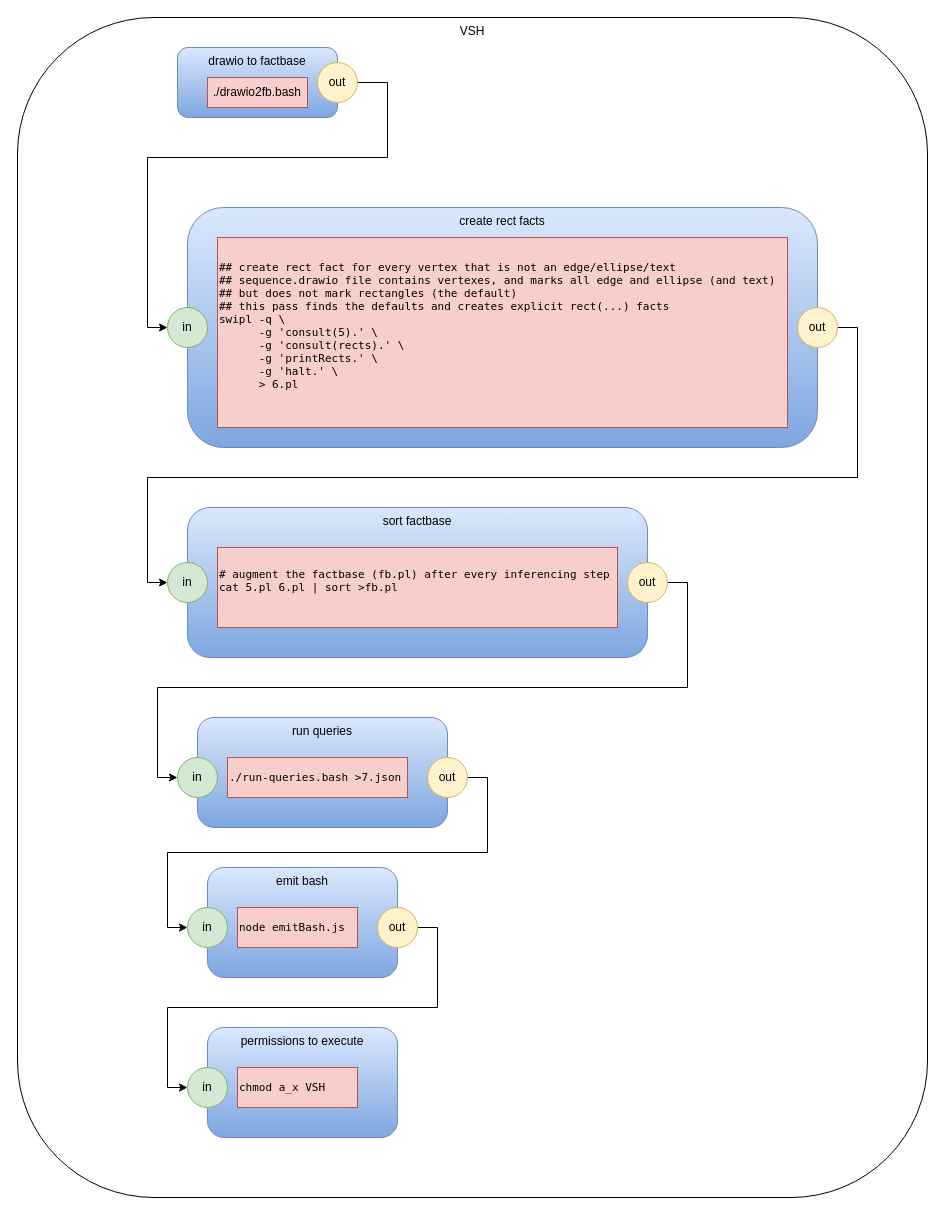
The draw.io diagram vsh.drawio in guitarvydas/vsh, before the edit. Source tidied: cells renumbered, new cells numbered last; positions are measured from the earlier drawing's top-left corner, leaving out a move shared by most shapes. Both pictures are drawn from the tidied source at 100%, with x=0, y=0 at pixel (17, 17).
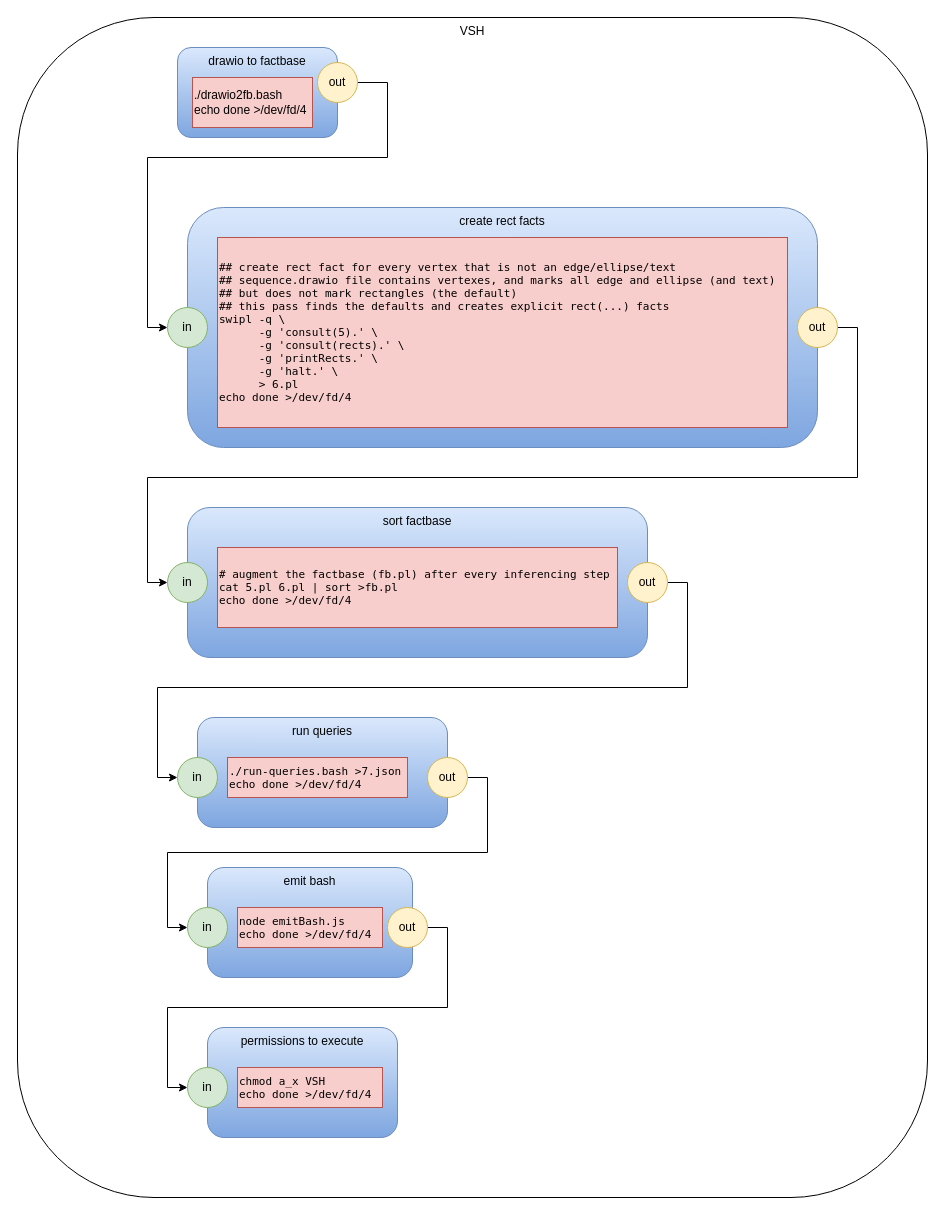
The same page after the edit.

Diff of the diagram source:
```diff
@@
     <mxCell id="3" value="drawio to factbase" style="rounded=1;whiteSpace=wrap;html=1;gradientColor=#7ea6e0;fillColor=#dae8fc;strokeColor=#6c8ebf;verticalAlign=top;" parent="1" vertex="1">
-      <mxGeometry x="160" y="30" width="160" height="70" as="geometry" />
+      <mxGeometry x="160" y="30" width="160" height="90" as="geometry" />
     </mxCell>
-    <mxCell id="4" value="./drawio2fb.bash" style="rounded=0;whiteSpace=wrap;html=1;fillColor=#f8cecc;strokeColor=#b85450;" parent="1" vertex="1">
-      <mxGeometry x="190" y="60" width="100" height="30" as="geometry" />
+    <mxCell id="4" value="./drawio2fb.bash&lt;br&gt;echo done &amp;gt;/dev/fd/4" style="rounded=0;whiteSpace=wrap;html=1;fillColor=#f8cecc;strokeColor=#b85450;align=left;" parent="1" vertex="1">
+      <mxGeometry x="175" y="60" width="120" height="50" as="geometry" />
     </mxCell>
@@
-    <mxCell id="11" value="&lt;p class=&quot;p1&quot; style=&quot;margin: 0px ; font-stretch: normal ; font-size: 11px ; line-height: normal ; font-family: &amp;quot;menlo&amp;quot;&quot;&gt;&lt;span class=&quot;s1&quot;&gt;## create rect fact for every vertex that is not an edge/ellipse/text&lt;/span&gt;&lt;/p&gt;&lt;p class=&quot;p1&quot; style=&quot;margin: 0px ; font-stretch: normal ; font-size: 11px ; line-height: normal ; font-family: &amp;quot;menlo&amp;quot;&quot;&gt;&lt;span class=&quot;s1&quot;&gt;## sequence.drawio file contains vertexes, and marks all edge and ellipse (and text)&lt;/span&gt;&lt;/p&gt;&lt;p class=&quot;p1&quot; style=&quot;margin: 0px ; font-stretch: normal ; font-size: 11px ; line-height: normal ; font-family: &amp;quot;menlo&amp;quot;&quot;&gt;&lt;span class=&quot;s1&quot;&gt;## but does not mark rectangles (the default)&lt;/span&gt;&lt;/p&gt;&lt;p class=&quot;p1&quot; style=&quot;margin: 0px ; font-stretch: normal ; font-size: 11px ; line-height: normal ; font-family: &amp;quot;menlo&amp;quot;&quot;&gt;&lt;span class=&quot;s1&quot;&gt;## this pass finds the defaults and creates explicit rect(...) facts&lt;/span&gt;&lt;/p&gt;&lt;p class=&quot;p1&quot; style=&quot;margin: 0px ; font-stretch: normal ; font-size: 11px ; line-height: normal ; font-family: &amp;quot;menlo&amp;quot;&quot;&gt;&lt;span class=&quot;s1&quot;&gt;swipl -q \&lt;/span&gt;&lt;/p&gt;&lt;p class=&quot;p1&quot; style=&quot;margin: 0px ; font-stretch: normal ; font-size: 11px ; line-height: normal ; font-family: &amp;quot;menlo&amp;quot;&quot;&gt;&lt;span class=&quot;s1&quot;&gt;&lt;span class=&quot;Apple-converted-space&quot;&gt;&amp;nbsp; &amp;nbsp; &amp;nbsp; &lt;/span&gt;-g 'consult(5).' \&lt;/span&gt;&lt;/p&gt;&lt;p class=&quot;p1&quot; style=&quot;margin: 0px ; font-stretch: normal ; font-size: 11px ; line-height: normal ; font-family: &amp;quot;menlo&amp;quot;&quot;&gt;&lt;span class=&quot;s1&quot;&gt;&lt;span class=&quot;Apple-converted-space&quot;&gt;&amp;nbsp; &amp;nbsp; &amp;nbsp; &lt;/span&gt;-g 'consult(rects).' \&lt;/span&gt;&lt;/p&gt;&lt;p class=&quot;p1&quot; style=&quot;margin: 0px ; font-stretch: normal ; font-size: 11px ; line-height: normal ; font-family: &amp;quot;menlo&amp;quot;&quot;&gt;&lt;span class=&quot;s1&quot;&gt;&lt;span class=&quot;Apple-converted-space&quot;&gt;&amp;nbsp; &amp;nbsp; &amp;nbsp; &lt;/span&gt;-g 'printRects.' \&lt;/span&gt;&lt;/p&gt;&lt;p class=&quot;p1&quot; style=&quot;margin: 0px ; font-stretch: normal ; font-size: 11px ; line-height: normal ; font-family: &amp;quot;menlo&amp;quot;&quot;&gt;&lt;span class=&quot;s1&quot;&gt;&lt;span class=&quot;Apple-converted-space&quot;&gt;&amp;nbsp; &amp;nbsp; &amp;nbsp; &lt;/span&gt;-g 'halt.' \&lt;/span&gt;&lt;/p&gt;&lt;p class=&quot;p1&quot; style=&quot;margin: 0px ; font-stretch: normal ; font-size: 11px ; line-height: normal ; font-family: &amp;quot;menlo&amp;quot;&quot;&gt;&lt;span class=&quot;s1&quot;&gt;&lt;span class=&quot;Apple-converted-space&quot;&gt;&amp;nbsp; &amp;nbsp; &amp;nbsp; &lt;/span&gt;&amp;gt; 6.pl&lt;/span&gt;&lt;/p&gt;&lt;p class=&quot;p2&quot; style=&quot;margin: 0px ; font-stretch: normal ; font-size: 11px ; line-height: normal ; font-family: &amp;quot;menlo&amp;quot; ; min-height: 13px&quot;&gt;&lt;span class=&quot;s1&quot;&gt;&lt;/span&gt;&lt;br&gt;&lt;/p&gt;" style="rounded=0;whiteSpace=wrap;html=1;fillColor=#f8cecc;strokeColor=#b85450;align=left;" parent="1" vertex="1">
+    <mxCell id="11" value="&lt;p class=&quot;p1&quot; style=&quot;margin: 0px ; font-stretch: normal ; font-size: 11px ; line-height: normal ; font-family: &amp;#34;menlo&amp;#34;&quot;&gt;&lt;span class=&quot;s1&quot;&gt;## create rect fact for every vertex that is not an edge/ellipse/text&lt;/span&gt;&lt;/p&gt;&lt;p class=&quot;p1&quot; style=&quot;margin: 0px ; font-stretch: normal ; font-size: 11px ; line-height: normal ; font-family: &amp;#34;menlo&amp;#34;&quot;&gt;&lt;span class=&quot;s1&quot;&gt;## sequence.drawio file contains vertexes, and marks all edge and ellipse (and text)&lt;/span&gt;&lt;/p&gt;&lt;p class=&quot;p1&quot; style=&quot;margin: 0px ; font-stretch: normal ; font-size: 11px ; line-height: normal ; font-family: &amp;#34;menlo&amp;#34;&quot;&gt;&lt;span class=&quot;s1&quot;&gt;## but does not mark rectangles (the default)&lt;/span&gt;&lt;/p&gt;&lt;p class=&quot;p1&quot; style=&quot;margin: 0px ; font-stretch: normal ; font-size: 11px ; line-height: normal ; font-family: &amp;#34;menlo&amp;#34;&quot;&gt;&lt;span class=&quot;s1&quot;&gt;## this pass finds the defaults and creates explicit rect(...) facts&lt;/span&gt;&lt;/p&gt;&lt;p class=&quot;p1&quot; style=&quot;margin: 0px ; font-stretch: normal ; font-size: 11px ; line-height: normal ; font-family: &amp;#34;menlo&amp;#34;&quot;&gt;&lt;span class=&quot;s1&quot;&gt;swipl -q \&lt;/span&gt;&lt;/p&gt;&lt;p class=&quot;p1&quot; style=&quot;margin: 0px ; font-stretch: normal ; font-size: 11px ; line-height: normal ; font-family: &amp;#34;menlo&amp;#34;&quot;&gt;&lt;span class=&quot;s1&quot;&gt;&lt;span class=&quot;Apple-converted-space&quot;&gt;&amp;nbsp; &amp;nbsp; &amp;nbsp; &lt;/span&gt;-g 'consult(5).' \&lt;/span&gt;&lt;/p&gt;&lt;p class=&quot;p1&quot; style=&quot;margin: 0px ; font-stretch: normal ; font-size: 11px ; line-height: normal ; font-family: &amp;#34;menlo&amp;#34;&quot;&gt;&lt;span class=&quot;s1&quot;&gt;&lt;span class=&quot;Apple-converted-space&quot;&gt;&amp;nbsp; &amp;nbsp; &amp;nbsp; &lt;/span&gt;-g 'consult(rects).' \&lt;/span&gt;&lt;/p&gt;&lt;p class=&quot;p1&quot; style=&quot;margin: 0px ; font-stretch: normal ; font-size: 11px ; line-height: normal ; font-family: &amp;#34;menlo&amp;#34;&quot;&gt;&lt;span class=&quot;s1&quot;&gt;&lt;span class=&quot;Apple-converted-space&quot;&gt;&amp;nbsp; &amp;nbsp; &amp;nbsp; &lt;/span&gt;-g 'printRects.' \&lt;/span&gt;&lt;/p&gt;&lt;p class=&quot;p1&quot; style=&quot;margin: 0px ; font-stretch: normal ; font-size: 11px ; line-height: normal ; font-family: &amp;#34;menlo&amp;#34;&quot;&gt;&lt;span class=&quot;s1&quot;&gt;&lt;span class=&quot;Apple-converted-space&quot;&gt;&amp;nbsp; &amp;nbsp; &amp;nbsp; &lt;/span&gt;-g 'halt.' \&lt;/span&gt;&lt;/p&gt;&lt;p class=&quot;p1&quot; style=&quot;margin: 0px ; font-stretch: normal ; font-size: 11px ; line-height: normal ; font-family: &amp;#34;menlo&amp;#34;&quot;&gt;&lt;span class=&quot;s1&quot;&gt;&lt;span class=&quot;Apple-converted-space&quot;&gt;&amp;nbsp; &amp;nbsp; &amp;nbsp; &lt;/span&gt;&amp;gt; 6.pl&lt;/span&gt;&lt;/p&gt;&lt;p class=&quot;p2&quot; style=&quot;margin: 0px ; font-stretch: normal ; font-size: 11px ; line-height: normal ; font-family: &amp;#34;menlo&amp;#34; ; min-height: 13px&quot;&gt;&lt;span class=&quot;s1&quot;&gt;&lt;/span&gt;echo done &amp;gt;/dev/fd/4&lt;/p&gt;" style="rounded=0;whiteSpace=wrap;html=1;fillColor=#f8cecc;strokeColor=#b85450;align=left;" parent="1" vertex="1">
       <mxGeometry x="200" y="220" width="570" height="190" as="geometry" />
     </mxCell>
@@
-    <mxCell id="16" value="&lt;p class=&quot;p1&quot; style=&quot;margin: 0px ; font-stretch: normal ; font-size: 11px ; line-height: normal ; font-family: &amp;#34;menlo&amp;#34;&quot;&gt;&lt;span class=&quot;s1&quot;&gt;# augment the factbase (fb.pl) after every inferencing step&lt;/span&gt;&lt;/p&gt;&lt;p class=&quot;p1&quot; style=&quot;margin: 0px ; font-stretch: normal ; font-size: 11px ; line-height: normal ; font-family: &amp;#34;menlo&amp;#34;&quot;&gt;&lt;span class=&quot;s1&quot;&gt;cat 5.pl 6.pl | sort &amp;gt;fb.pl&lt;/span&gt;&lt;/p&gt;&lt;p class=&quot;p2&quot; style=&quot;margin: 0px ; font-stretch: normal ; font-size: 11px ; line-height: normal ; font-family: &amp;#34;menlo&amp;#34; ; min-height: 13px&quot;&gt;&lt;span class=&quot;s1&quot;&gt;&lt;/span&gt;&lt;br&gt;&lt;/p&gt;" style="rounded=0;whiteSpace=wrap;html=1;fillColor=#f8cecc;strokeColor=#b85450;align=left;" parent="1" vertex="1">
+    <mxCell id="16" value="&lt;p class=&quot;p1&quot; style=&quot;margin: 0px ; font-stretch: normal ; font-size: 11px ; line-height: normal ; font-family: &amp;#34;menlo&amp;#34;&quot;&gt;&lt;span class=&quot;s1&quot;&gt;# augment the factbase (fb.pl) after every inferencing step&lt;/span&gt;&lt;/p&gt;&lt;p class=&quot;p1&quot; style=&quot;margin: 0px ; font-stretch: normal ; font-size: 11px ; line-height: normal ; font-family: &amp;#34;menlo&amp;#34;&quot;&gt;&lt;span class=&quot;s1&quot;&gt;cat 5.pl 6.pl | sort &amp;gt;fb.pl&lt;/span&gt;&lt;/p&gt;&lt;p class=&quot;p2&quot; style=&quot;margin: 0px ; font-stretch: normal ; font-size: 11px ; line-height: normal ; font-family: &amp;#34;menlo&amp;#34; ; min-height: 13px&quot;&gt;&lt;span class=&quot;s1&quot;&gt;&lt;/span&gt;echo done &amp;gt;/dev/fd/4&lt;br&gt;&lt;/p&gt;" style="rounded=0;whiteSpace=wrap;html=1;fillColor=#f8cecc;strokeColor=#b85450;align=left;" parent="1" vertex="1">
       <mxGeometry x="200" y="530" width="400" height="80" as="geometry" />
     </mxCell>
@@
-    <mxCell id="21" value="&lt;p class=&quot;p1&quot; style=&quot;margin: 0px ; font-stretch: normal ; font-size: 11px ; line-height: normal ; font-family: &amp;#34;menlo&amp;#34;&quot;&gt;&lt;span class=&quot;s1&quot;&gt;./run-queries.bash &amp;gt;7.json&lt;/span&gt;&lt;/p&gt;" style="rounded=0;whiteSpace=wrap;html=1;fillColor=#f8cecc;strokeColor=#b85450;align=left;" parent="1" vertex="1">
+    <mxCell id="21" value="&lt;p class=&quot;p1&quot; style=&quot;margin: 0px ; font-stretch: normal ; font-size: 11px ; line-height: normal ; font-family: &amp;#34;menlo&amp;#34;&quot;&gt;&lt;span class=&quot;s1&quot;&gt;./run-queries.bash &amp;gt;7.json&lt;/span&gt;&lt;/p&gt;&lt;p class=&quot;p1&quot; style=&quot;margin: 0px ; font-stretch: normal ; font-size: 11px ; line-height: normal ; font-family: &amp;#34;menlo&amp;#34;&quot;&gt;&lt;span class=&quot;s1&quot;&gt;echo done &amp;gt;/dev/fd/4&lt;br&gt;&lt;/span&gt;&lt;/p&gt;" style="rounded=0;whiteSpace=wrap;html=1;fillColor=#f8cecc;strokeColor=#b85450;align=left;" parent="1" vertex="1">
       <mxGeometry x="210" y="740" width="180" height="40" as="geometry" />
     </mxCell>
     <mxCell id="22" value="emit bash" style="rounded=1;whiteSpace=wrap;html=1;gradientColor=#7ea6e0;fillColor=#dae8fc;strokeColor=#6c8ebf;verticalAlign=top;" parent="1" vertex="1">
-      <mxGeometry x="190" y="850" width="190" height="110" as="geometry" />
+      <mxGeometry x="190" y="850" width="205" height="110" as="geometry" />
     </mxCell>
@@
     <mxCell id="24" value="out" style="ellipse;whiteSpace=wrap;html=1;fillColor=#fff2cc;strokeColor=#d6b656;" parent="1" vertex="1">
-      <mxGeometry x="360" y="890" width="40" height="40" as="geometry" />
+      <mxGeometry x="370" y="890" width="40" height="40" as="geometry" />
     </mxCell>
@@
-    <mxCell id="26" value="&lt;p class=&quot;p1&quot; style=&quot;margin: 0px ; font-stretch: normal ; font-size: 11px ; line-height: normal ; font-family: &amp;#34;menlo&amp;#34;&quot;&gt;&lt;span class=&quot;s1&quot;&gt;node emitBash.js&lt;/span&gt;&lt;/p&gt;" style="rounded=0;whiteSpace=wrap;html=1;fillColor=#f8cecc;strokeColor=#b85450;align=left;" parent="1" vertex="1">
-      <mxGeometry x="220" y="890" width="120" height="40" as="geometry" />
+    <mxCell id="26" value="&lt;p class=&quot;p1&quot; style=&quot;margin: 0px ; font-stretch: normal ; font-size: 11px ; line-height: normal ; font-family: &amp;#34;menlo&amp;#34;&quot;&gt;&lt;span class=&quot;s1&quot;&gt;node emitBash.js&lt;/span&gt;&lt;/p&gt;&lt;p class=&quot;p1&quot; style=&quot;margin: 0px ; font-stretch: normal ; font-size: 11px ; line-height: normal ; font-family: &amp;#34;menlo&amp;#34;&quot;&gt;&lt;span class=&quot;s1&quot;&gt;echo done &amp;gt;/dev/fd/4&lt;br&gt;&lt;/span&gt;&lt;/p&gt;" style="rounded=0;whiteSpace=wrap;html=1;fillColor=#f8cecc;strokeColor=#b85450;align=left;" parent="1" vertex="1">
+      <mxGeometry x="220" y="890" width="145" height="40" as="geometry" />
     </mxCell>
@@
-    <mxCell id="29" value="&lt;p class=&quot;p1&quot; style=&quot;margin: 0px ; font-stretch: normal ; font-size: 11px ; line-height: normal ; font-family: &amp;#34;menlo&amp;#34;&quot;&gt;&lt;span class=&quot;s1&quot;&gt;chmod a_x VSH&lt;/span&gt;&lt;/p&gt;" style="rounded=0;whiteSpace=wrap;html=1;fillColor=#f8cecc;strokeColor=#b85450;align=left;" parent="1" vertex="1">
-      <mxGeometry x="220" y="1050" width="120" height="40" as="geometry" />
+    <mxCell id="29" value="&lt;p class=&quot;p1&quot; style=&quot;margin: 0px ; font-stretch: normal ; font-size: 11px ; line-height: normal ; font-family: &amp;#34;menlo&amp;#34;&quot;&gt;&lt;span class=&quot;s1&quot;&gt;chmod a_x VSH&lt;/span&gt;&lt;/p&gt;&lt;p class=&quot;p1&quot; style=&quot;margin: 0px ; font-stretch: normal ; font-size: 11px ; line-height: normal ; font-family: &amp;#34;menlo&amp;#34;&quot;&gt;&lt;span class=&quot;s1&quot;&gt;echo done &amp;gt;/dev/fd/4&lt;br&gt;&lt;/span&gt;&lt;/p&gt;" style="rounded=0;whiteSpace=wrap;html=1;fillColor=#f8cecc;strokeColor=#b85450;align=left;" parent="1" vertex="1">
+      <mxGeometry x="220" y="1050" width="145" height="40" as="geometry" />
     </mxCell>
```
